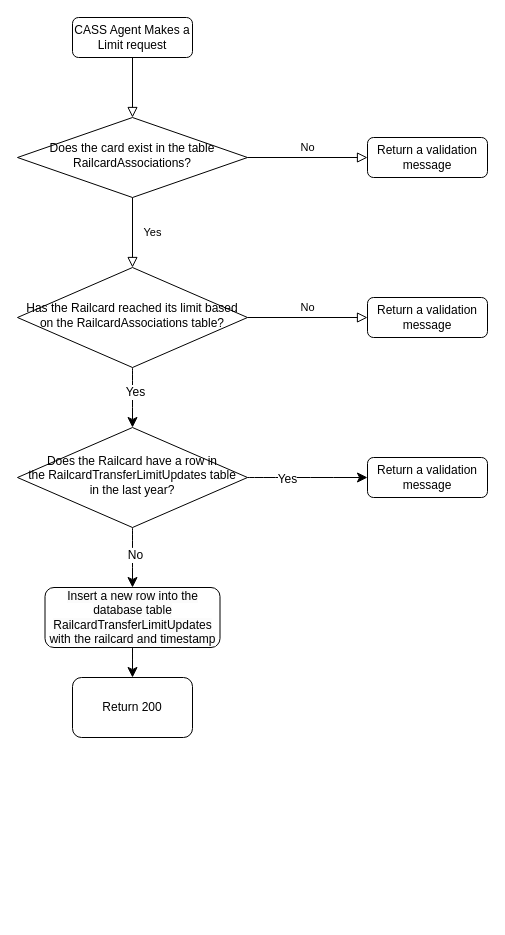
Before: CCIS-RailcardLimit.drawio in mattwatts36/drawings, a draw.io diagram. Source tidied: cells renumbered, new cells numbered last; positions are measured from the earlier drawing's top-left corner, leaving out a move shared by most shapes. Both pictures are drawn from the tidied source at 100%, with x=0, y=0 at pixel (17, 17).
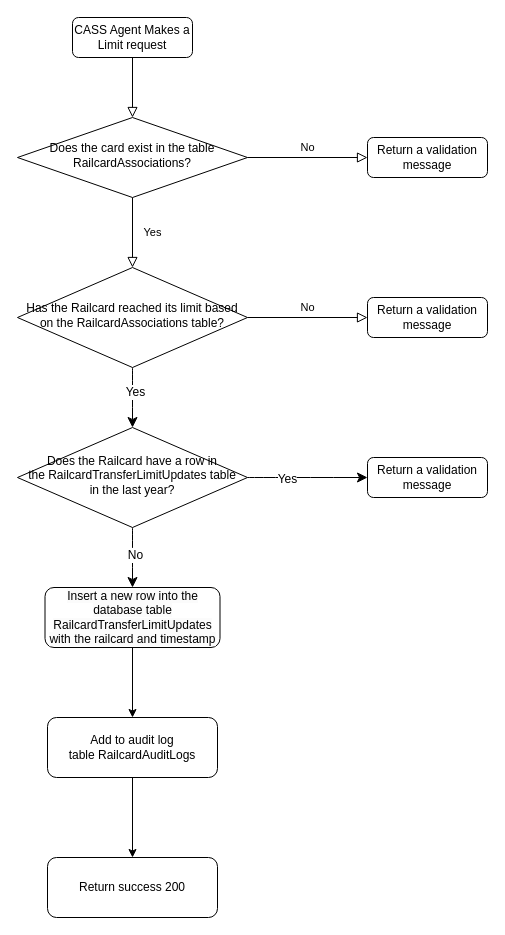
After the change.

Unchanged cells that the change refers to:
```xml
<mxCell id="13" value="&lt;span style=&quot;background-color: rgb(251, 251, 251);&quot;&gt;Insert a new row into the database table RailcardTransferLimitUpdates with the railcard and timestamp&lt;/span&gt;" style="rounded=1;whiteSpace=wrap;html=1;fontSize=12;glass=0;strokeWidth=1;shadow=0;" parent="1" vertex="1">
  <mxGeometry x="27.5" y="570" width="175" height="60" as="geometry" />
</mxCell>
```

The edit, as a diff of the source:
```diff
@@
-    <mxCell id="12" style="edgeStyle=none;curved=1;rounded=0;jettySize=auto;html=1;fontSize=12;startSize=8;endSize=8;" parent="1" edge="1" source="13" target="15">
+    <mxCell id="12" style="edgeStyle=orthogonalEdgeStyle;rounded=0;jettySize=auto;html=1;" parent="1" edge="1" source="13" target="15">
       <mxGeometry relative="1" as="geometry" />
     </mxCell>
@@
+    <mxCell id="22" style="edgeStyle=orthogonalEdgeStyle;rounded=0;jettySize=auto;html=1;" parent="1" edge="1" source="15" target="23">
+      <mxGeometry relative="1" as="geometry" />
+    </mxCell>
-    <mxCell id="15" value="Return 200" style="whiteSpace=wrap;html=1;rounded=1;glass=0;strokeWidth=1;shadow=0;" parent="1" vertex="1">
-      <mxGeometry x="55" y="660" width="120" height="60" as="geometry" />
+    <mxCell id="15" value="Add to audit log table&amp;nbsp;RailcardAuditLogs" style="whiteSpace=wrap;html=1;rounded=1;glass=0;strokeWidth=1;shadow=0;" parent="1" vertex="1">
+      <mxGeometry x="30" y="700" width="170" height="60" as="geometry" />
     </mxCell>
@@
+    <mxCell id="23" value="Return success 200" style="whiteSpace=wrap;html=1;rounded=1;glass=0;strokeWidth=1;shadow=0;" parent="1" vertex="1">
+      <mxGeometry x="30" y="840" width="170" height="60" as="geometry" />
+    </mxCell>
```
